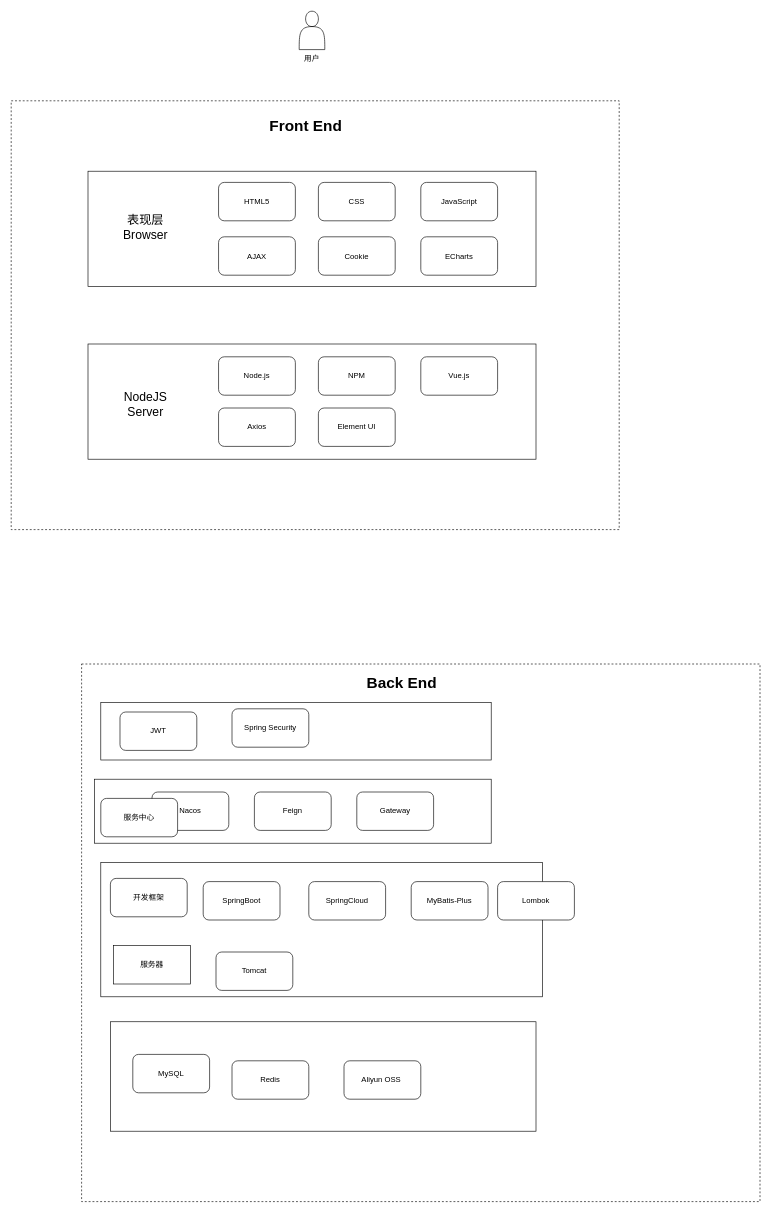
This is 技术架构.drawio from Alkaidar/draw, a draw.io file, before an edit. Source tidied: cells renumbered, new cells numbered last; positions are measured from the earlier drawing's top-left corner, leaving out a move shared by most shapes. Both pictures are drawn from the tidied source at 64%, with x=0, y=0 at pixel (11, 11).
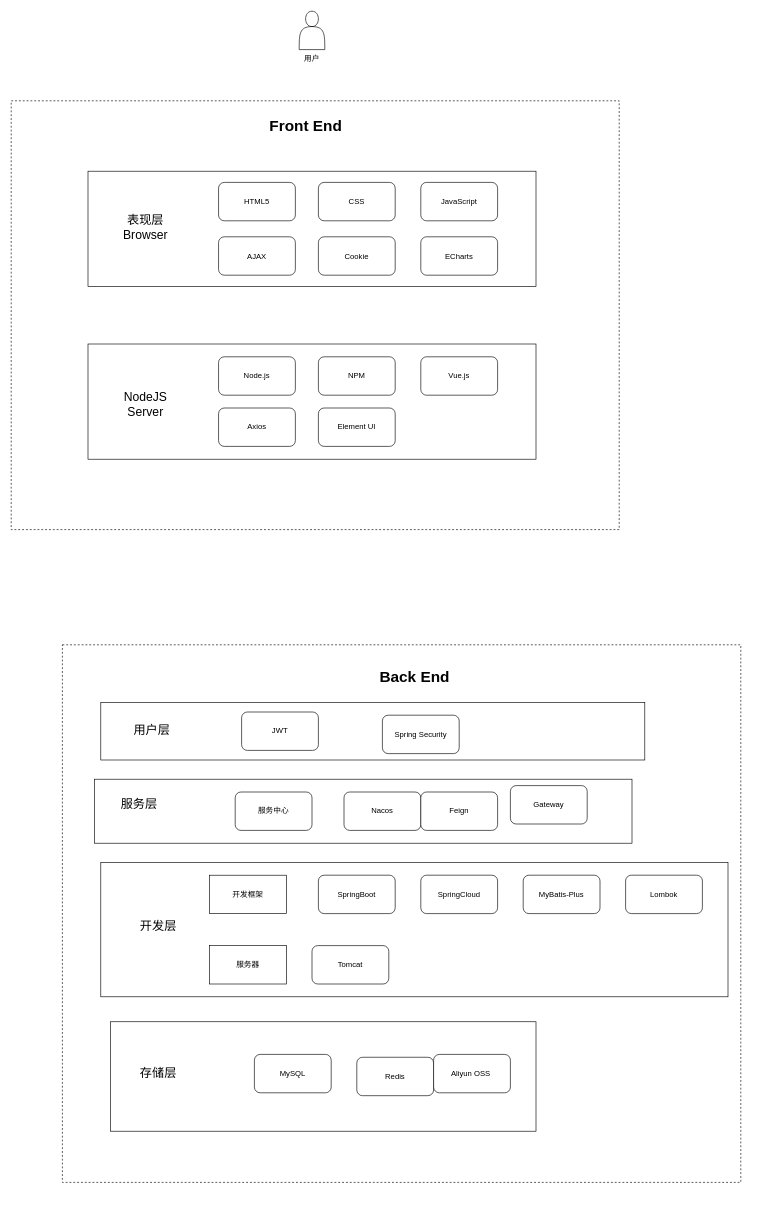
Above is the later version.

Commit message:
更新技术架构.drawio

Diff of the diagram source:
```diff
@@
     <mxCell id="11" style="rounded=0;whiteSpace=wrap;html=1;dashed=1;" parent="1" vertex="1">
-      <mxGeometry x="110" y="1020" width="1060" height="840" as="geometry" />
+      <mxGeometry x="80" y="990" width="1060" height="840" as="geometry" />
     </mxCell>
     <mxCell id="12" style="rounded=0;whiteSpace=wrap;html=1;" parent="1" vertex="1">
-      <mxGeometry x="140" y="1080" width="610" height="90" as="geometry" />
+      <mxGeometry x="140" y="1080" width="850" height="90" as="geometry" />
     </mxCell>
     <mxCell id="13" value="JWT" style="rounded=1;whiteSpace=wrap;html=1;" parent="1" vertex="1">
-      <mxGeometry x="170" y="1095" width="120" height="60" as="geometry" />
+      <mxGeometry x="360" y="1095" width="120" height="60" as="geometry" />
     </mxCell>
     <mxCell id="14" value="Spring Security" style="rounded=1;whiteSpace=wrap;html=1;" parent="1" vertex="1">
-      <mxGeometry x="345" y="1090" width="120" height="60" as="geometry" />
+      <mxGeometry x="580" y="1100" width="120" height="60" as="geometry" />
     </mxCell>
     <mxCell id="15" style="rounded=0;whiteSpace=wrap;html=1;" parent="1" vertex="1">
-      <mxGeometry x="130" y="1200" width="620" height="100" as="geometry" />
+      <mxGeometry x="130" y="1200" width="840" height="100" as="geometry" />
     </mxCell>
     <mxCell id="16" value="Nacos" style="rounded=1;whiteSpace=wrap;html=1;" parent="1" vertex="1">
-      <mxGeometry x="220" y="1220" width="120" height="60" as="geometry" />
+      <mxGeometry x="520" y="1220" width="120" height="60" as="geometry" />
     </mxCell>
     <mxCell id="17" value="Feign" style="rounded=1;whiteSpace=wrap;html=1;" parent="1" vertex="1">
-      <mxGeometry x="380" y="1220" width="120" height="60" as="geometry" />
+      <mxGeometry x="640" y="1220" width="120" height="60" as="geometry" />
     </mxCell>
     <mxCell id="18" value="Gateway" style="rounded=1;whiteSpace=wrap;html=1;" parent="1" vertex="1">
-      <mxGeometry x="540" y="1220" width="120" height="60" as="geometry" />
+      <mxGeometry x="780" y="1210" width="120" height="60" as="geometry" />
     </mxCell>
     <mxCell id="19" style="rounded=0;whiteSpace=wrap;html=1;" parent="1" vertex="1">
-      <mxGeometry x="140" y="1330" width="690" height="210" as="geometry" />
+      <mxGeometry x="140" y="1330" width="980" height="210" as="geometry" />
     </mxCell>
     <mxCell id="20" value="服务中心" style="rounded=1;whiteSpace=wrap;html=1;" parent="1" vertex="1">
-      <mxGeometry x="140" y="1230" width="120" height="60" as="geometry" />
+      <mxGeometry x="350" y="1220" width="120" height="60" as="geometry" />
     </mxCell>
-    <mxCell id="21" value="开发框架" style="rounded=1;whiteSpace=wrap;html=1;" parent="1" vertex="1">
-      <mxGeometry x="155" y="1355" width="120" height="60" as="geometry" />
-    </mxCell>
     <mxCell id="22" value="SpringBoot" style="rounded=1;whiteSpace=wrap;html=1;" parent="1" vertex="1">
-      <mxGeometry x="300" y="1360" width="120" height="60" as="geometry" />
+      <mxGeometry x="480" y="1350" width="120" height="60" as="geometry" />
     </mxCell>
     <mxCell id="23" value="SpringCloud" style="rounded=1;whiteSpace=wrap;html=1;" parent="1" vertex="1">
-      <mxGeometry x="465" y="1360" width="120" height="60" as="geometry" />
+      <mxGeometry x="640" y="1350" width="120" height="60" as="geometry" />
     </mxCell>
     <mxCell id="24" value="MyBatis-Plus" style="rounded=1;whiteSpace=wrap;html=1;" parent="1" vertex="1">
-      <mxGeometry x="625" y="1360" width="120" height="60" as="geometry" />
+      <mxGeometry x="800" y="1350" width="120" height="60" as="geometry" />
     </mxCell>
     <mxCell id="25" value="Lombok" style="rounded=1;whiteSpace=wrap;html=1;" parent="1" vertex="1">
-      <mxGeometry x="760" y="1360" width="120" height="60" as="geometry" />
+      <mxGeometry x="960" y="1350" width="120" height="60" as="geometry" />
     </mxCell>
     <mxCell id="26" value="服务器" style="rounded=0;whiteSpace=wrap;html=1;" parent="1" vertex="1">
-      <mxGeometry x="160" y="1460" width="120" height="60" as="geometry" />
+      <mxGeometry x="310" y="1460" width="120" height="60" as="geometry" />
     </mxCell>
     <mxCell id="27" value="Tomcat" style="rounded=1;whiteSpace=wrap;html=1;" parent="1" vertex="1">
-      <mxGeometry x="320" y="1470" width="120" height="60" as="geometry" />
+      <mxGeometry x="470" y="1460" width="120" height="60" as="geometry" />
     </mxCell>
@@
     <mxCell id="29" value="MySQL" style="rounded=1;whiteSpace=wrap;html=1;" parent="1" vertex="1">
-      <mxGeometry x="190" y="1630" width="120" height="60" as="geometry" />
+      <mxGeometry x="380" y="1630" width="120" height="60" as="geometry" />
     </mxCell>
     <mxCell id="30" value="Redis" style="rounded=1;whiteSpace=wrap;html=1;" parent="1" vertex="1">
-      <mxGeometry x="345" y="1640" width="120" height="60" as="geometry" />
+      <mxGeometry x="540" y="1634.5" width="120" height="60" as="geometry" />
     </mxCell>
     <mxCell id="31" value="Aliyun OSS&amp;nbsp;" style="rounded=1;whiteSpace=wrap;html=1;" parent="1" vertex="1">
-      <mxGeometry x="520" y="1640" width="120" height="60" as="geometry" />
+      <mxGeometry x="660" y="1630" width="120" height="60" as="geometry" />
     </mxCell>
@@
     <mxCell id="34" value="Back End" style="text;strokeColor=none;fillColor=none;html=1;fontSize=24;fontStyle=1;verticalAlign=middle;align=center;" parent="1" vertex="1">
-      <mxGeometry x="560" y="1030" width="100" height="40" as="geometry" />
+      <mxGeometry x="580" y="1020" width="100" height="40" as="geometry" />
     </mxCell>
@@
+    <mxCell id="43" value="&lt;span style=&quot;font-size: 19px;&quot;&gt;用户层&lt;/span&gt;" style="text;html=1;align=center;verticalAlign=middle;whiteSpace=wrap;rounded=0;" parent="1" vertex="1">
+      <mxGeometry x="170" y="1109" width="100" height="30" as="geometry" />
+    </mxCell>
+    <mxCell id="44" value="&lt;span style=&quot;font-size: 19px;&quot;&gt;服务层&lt;/span&gt;" style="text;html=1;align=center;verticalAlign=middle;whiteSpace=wrap;rounded=0;" parent="1" vertex="1">
+      <mxGeometry x="150" y="1225" width="100" height="30" as="geometry" />
+    </mxCell>
+    <mxCell id="45" value="&lt;span style=&quot;font-size: 19px;&quot;&gt;开发层&lt;/span&gt;" style="text;html=1;align=center;verticalAlign=middle;whiteSpace=wrap;rounded=0;" parent="1" vertex="1">
+      <mxGeometry x="180" y="1415" width="100" height="30" as="geometry" />
+    </mxCell>
+    <mxCell id="46" value="&lt;span style=&quot;font-size: 19px;&quot;&gt;存储层&lt;/span&gt;" style="text;html=1;align=center;verticalAlign=middle;whiteSpace=wrap;rounded=0;" parent="1" vertex="1">
+      <mxGeometry x="180" y="1645" width="100" height="30" as="geometry" />
+    </mxCell>
+    <mxCell id="21" value="开发框架" style="rounded=0;whiteSpace=wrap;html=1;" parent="1" vertex="1">
+      <mxGeometry x="310" y="1350" width="120" height="60" as="geometry" />
+    </mxCell>
```
